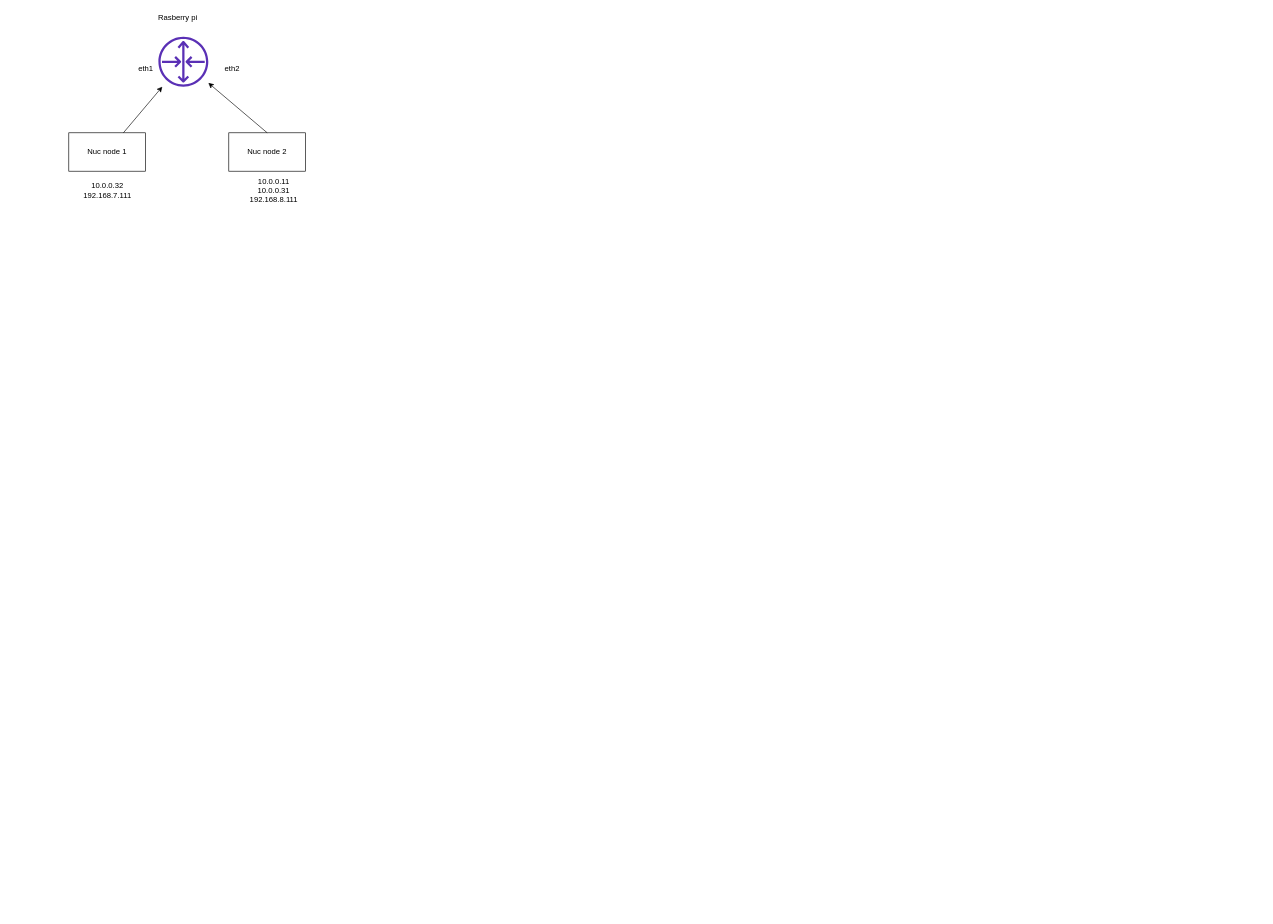
Jibinxavier/Openstack-Homelab keeps this draw.io diagram as docs/netwokr.drawio. Above is the earlier version. Source tidied: cells renumbered, new cells numbered last; positions are measured from the earlier drawing's top-left corner, leaving out a move shared by most shapes. Both pictures are drawn from the tidied source at 64%, with x=0, y=0 at pixel (68, 11).
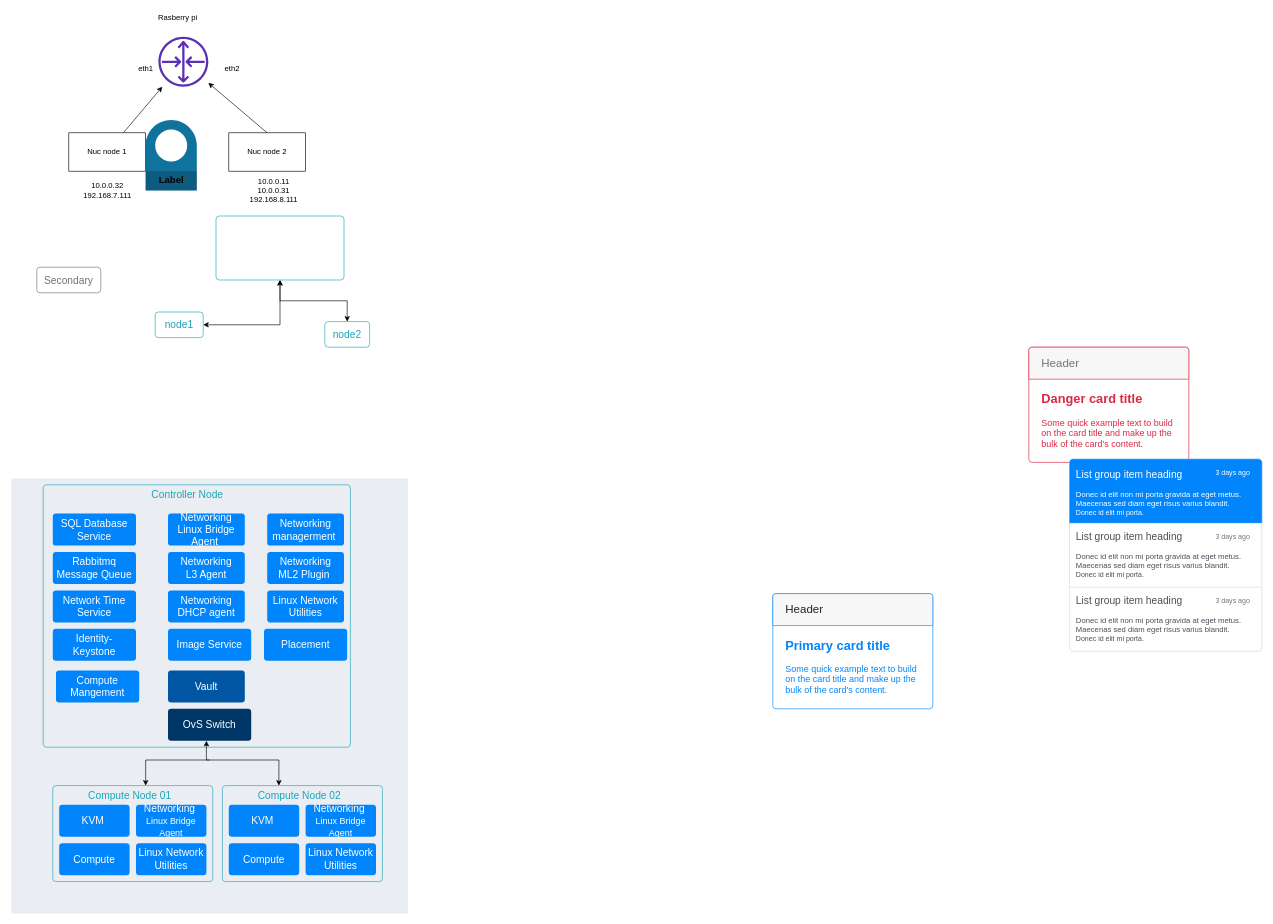
Above is the later version.

The edit, as a diff of the source:
```diff
@@
+    <mxCell id="12" style="fillColor=#EAEDF2;strokeColor=none;" parent="1" vertex="1">
+      <mxGeometry x="-90" y="730" width="620" height="680" as="geometry" />
+    </mxCell>
+    <mxCell id="13" style="html=1;shadow=0;dashed=0;shape=mxgraph.bootstrap.rrect;rSize=5;strokeColor=#1CA5B8;strokeWidth=1;fillColor=none;fontColor=#1CA5B8;whiteSpace=wrap;align=center;verticalAlign=middle;spacingLeft=0;fontStyle=0;fontSize=16;spacing=5;" parent="1" vertex="1">
+      <mxGeometry x="-40" y="740" width="480" height="410" as="geometry" />
+    </mxCell>
@@
+    <mxCell id="14" value="Label" style="verticalLabelPosition=middle;verticalAlign=bottom;html=1;shape=mxgraph.infographic.circularDial;dy=15;fillColor=#10739E;strokeColor=none;labelPosition=center;align=center;fontStyle=1;fontSize=15;spacingBottom=5;" parent="1" vertex="1">
+      <mxGeometry x="120" y="170" width="80" height="110" as="geometry" />
+    </mxCell>
+    <mxCell id="15" style="edgeStyle=orthogonalEdgeStyle;rounded=0;jettySize=auto;html=1;startArrow=classic;startFill=1;" parent="1" edge="1" source="16" target="30">
+      <mxGeometry relative="1" as="geometry" />
+    </mxCell>
+    <mxCell id="16" value="node1" style="html=1;shadow=0;dashed=0;shape=mxgraph.bootstrap.rrect;rSize=5;strokeColor=#1CA5B8;strokeWidth=1;fillColor=none;fontColor=#1CA5B8;whiteSpace=wrap;align=center;verticalAlign=middle;spacingLeft=0;fontStyle=0;fontSize=16;spacing=5;" parent="1" vertex="1">
+      <mxGeometry x="135" y="470" width="75" height="40" as="geometry" />
+    </mxCell>
+    <mxCell id="17" value="&lt;b&gt;&lt;font style=&quot;font-size: 20px&quot;&gt;Danger card title&lt;/font&gt;&lt;/b&gt;&lt;br style=&quot;font-size: 14px&quot;&gt;&lt;br style=&quot;font-size: 14px&quot;&gt;Some quick example text to build on the card title and make up the bulk of the card's content." style="html=1;shadow=0;dashed=0;shape=mxgraph.bootstrap.rrect;rSize=5;strokeColor=#DB2843;html=1;whiteSpace=wrap;fillColor=#ffffff;fontColor=#DB2843;verticalAlign=bottom;align=left;spacing=20;spacingBottom=0;fontSize=14;" parent="1" vertex="1">
+      <mxGeometry x="1500" y="525" width="250" height="180" as="geometry" />
+    </mxCell>
+    <mxCell id="18" value="Header" style="html=1;shadow=0;dashed=0;shape=mxgraph.bootstrap.topButton;rSize=5;perimeter=none;whiteSpace=wrap;fillColor=#F7F7F7;strokeColor=#DB2843;fontColor=#6C767D;fontSize=18;align=left;spacing=20;" parent="17" vertex="1">
+      <mxGeometry width="250" height="50" relative="1" as="geometry" />
+    </mxCell>
+    <mxCell id="19" value="&lt;b&gt;&lt;font style=&quot;font-size: 20px&quot;&gt;Primary card title&lt;/font&gt;&lt;/b&gt;&lt;br style=&quot;font-size: 14px&quot;&gt;&lt;br style=&quot;font-size: 14px&quot;&gt;Some quick example text to build on the card title and make up the bulk of the card's content." style="html=1;shadow=0;dashed=0;shape=mxgraph.bootstrap.rrect;rSize=5;strokeColor=#0085FC;html=1;whiteSpace=wrap;fillColor=#ffffff;fontColor=#0085FC;verticalAlign=bottom;align=left;spacing=20;spacingBottom=0;fontSize=14;" parent="1" vertex="1">
+      <mxGeometry x="1100" y="910" width="250" height="180" as="geometry" />
+    </mxCell>
+    <mxCell id="20" value="Header" style="html=1;shadow=0;dashed=0;shape=mxgraph.bootstrap.topButton;rSize=5;perimeter=none;whiteSpace=wrap;fillColor=#F7F7F7;strokeColor=#0085FC;fontColor=#212529;fontSize=18;align=left;spacing=20;" parent="19" vertex="1">
+      <mxGeometry width="250" height="50" relative="1" as="geometry" />
+    </mxCell>
+    <mxCell id="21" style="html=1;shadow=0;dashed=0;shape=mxgraph.bootstrap.rrect;rSize=5;strokeColor=#DFDFDF;html=1;whiteSpace=wrap;fillColor=#FFFFFF;fontColor=#495057;" parent="1" vertex="1">
+      <mxGeometry x="1564" y="700" width="300" height="300" as="geometry" />
+    </mxCell>
+    <mxCell id="22" value="&lt;font style=&quot;font-size: 16px&quot;&gt;List group item heading&lt;/font&gt;&lt;br&gt;&lt;br&gt;Donec id elit non mi porta gravida at eget metus. Maecenas sed diam eget risus varius blandit.&lt;br&gt;&lt;font style=&quot;font-size: 11px&quot;&gt;Donec id elit mi porta.&lt;/font&gt;" style="html=1;shadow=0;dashed=0;shape=mxgraph.bootstrap.topButton;rSize=5;perimeter=none;whiteSpace=wrap;align=left;spacing=10;verticalAlign=top;fillColor=#0085FC;strokeColor=#0085FC;fontColor=#ffffff;" parent="21" vertex="1">
+      <mxGeometry width="300" height="100" relative="1" as="geometry" />
+    </mxCell>
+    <mxCell id="23" value="3 days ago" style="strokeColor=none;fillColor=none;fontColor=#ffffff;fontSize=11;" parent="22" vertex="1">
+      <mxGeometry x="1" width="90" height="40" relative="1" as="geometry">
+        <mxPoint x="-90" as="offset" />
+      </mxGeometry>
+    </mxCell>
+    <mxCell id="24" value="&lt;font style=&quot;font-size: 16px&quot;&gt;List group item heading&lt;/font&gt;&lt;br&gt;&lt;br&gt;Donec id elit non mi porta gravida at eget metus. Maecenas sed diam eget risus varius blandit.&lt;br&gt;&lt;font style=&quot;font-size: 11px&quot;&gt;Donec id elit mi porta.&lt;/font&gt;" style="strokeColor=inherit;fillColor=inherit;gradientColor=inherit;fontColor=inherit;html=1;shadow=0;dashed=0;perimeter=none;whiteSpace=wrap;align=left;spacing=10;" parent="21" vertex="1">
+      <mxGeometry width="300" height="100" relative="1" as="geometry">
+        <mxPoint y="100" as="offset" />
+      </mxGeometry>
+    </mxCell>
+    <mxCell id="25" value="3 days ago" style="strokeColor=none;fillColor=none;fontColor=#6C767D;fontSize=11;" parent="24" vertex="1">
+      <mxGeometry x="1" width="90" height="40" relative="1" as="geometry">
+        <mxPoint x="-90" as="offset" />
+      </mxGeometry>
+    </mxCell>
+    <mxCell id="26" value="&lt;font style=&quot;font-size: 16px&quot;&gt;List group item heading&lt;/font&gt;&lt;br&gt;&lt;br&gt;Donec id elit non mi porta gravida at eget metus. Maecenas sed diam eget risus varius blandit.&lt;br&gt;&lt;font style=&quot;font-size: 11px&quot;&gt;Donec id elit mi porta.&lt;/font&gt;" style="strokeColor=inherit;fillColor=inherit;gradientColor=inherit;fontColor=inherit;html=1;shadow=0;dashed=0;shape=mxgraph.bootstrap.bottomButton;rSize=5;perimeter=none;whiteSpace=wrap;align=left;spacing=10;" parent="21" vertex="1">
+      <mxGeometry y="1" width="300" height="100" relative="1" as="geometry">
+        <mxPoint y="-100" as="offset" />
+      </mxGeometry>
+    </mxCell>
+    <mxCell id="27" value="3 days ago" style="strokeColor=none;fillColor=none;fontColor=#6C767D;fontSize=11;" parent="26" vertex="1">
+      <mxGeometry x="1" width="90" height="40" relative="1" as="geometry">
+        <mxPoint x="-90" as="offset" />
+      </mxGeometry>
+    </mxCell>
+    <mxCell id="28" style="edgeStyle=orthogonalEdgeStyle;rounded=0;jettySize=auto;html=1;startArrow=classic;startFill=1;" parent="1" edge="1" source="29" target="30">
+      <mxGeometry relative="1" as="geometry" />
+    </mxCell>
+    <mxCell id="29" value="node2" style="html=1;shadow=0;dashed=0;shape=mxgraph.bootstrap.rrect;rSize=5;strokeColor=#1CA5B8;strokeWidth=1;fillColor=none;fontColor=#1CA5B8;whiteSpace=wrap;align=center;verticalAlign=middle;spacingLeft=0;fontStyle=0;fontSize=16;spacing=5;" parent="1" vertex="1">
+      <mxGeometry x="400" y="485" width="70" height="40" as="geometry" />
+    </mxCell>
+    <mxCell id="30" style="html=1;shadow=0;dashed=0;shape=mxgraph.bootstrap.rrect;rSize=5;strokeColor=#1CA5B8;strokeWidth=1;fillColor=none;fontColor=#1CA5B8;whiteSpace=wrap;align=center;verticalAlign=middle;spacingLeft=0;fontStyle=0;fontSize=16;spacing=5;" parent="1" vertex="1">
+      <mxGeometry x="230" y="320" width="200" height="100" as="geometry" />
+    </mxCell>
+    <mxCell id="31" value="Secondary" style="html=1;shadow=0;dashed=0;shape=mxgraph.bootstrap.rrect;rSize=5;strokeColor=#6C767D;strokeWidth=1;fillColor=none;fontColor=#6C767D;whiteSpace=wrap;align=center;verticalAlign=middle;spacingLeft=0;fontStyle=0;fontSize=16;spacing=5;" parent="1" vertex="1">
+      <mxGeometry x="-50" y="400" width="100" height="40" as="geometry" />
+    </mxCell>
+    <mxCell id="32" value="Networking&lt;br&gt;managerment&amp;nbsp;" style="html=1;shadow=0;dashed=0;shape=mxgraph.bootstrap.rrect;rSize=5;strokeColor=none;strokeWidth=1;fillColor=#0085FC;fontColor=#FFFFFF;whiteSpace=wrap;align=center;verticalAlign=middle;spacingLeft=0;fontStyle=0;fontSize=16;spacing=5;" parent="1" vertex="1">
+      <mxGeometry x="310" y="785" width="120" height="50" as="geometry" />
+    </mxCell>
+    <mxCell id="33" value="SQL Database Service" style="html=1;shadow=0;dashed=0;shape=mxgraph.bootstrap.rrect;rSize=5;strokeColor=none;strokeWidth=1;fillColor=#0085FC;fontColor=#FFFFFF;whiteSpace=wrap;align=center;verticalAlign=middle;spacingLeft=0;fontStyle=0;fontSize=16;spacing=5;" parent="1" vertex="1">
+      <mxGeometry x="-25" y="785" width="130" height="50" as="geometry" />
+    </mxCell>
+    <mxCell id="34" value="Rabbitmq Message Queue" style="html=1;shadow=0;dashed=0;shape=mxgraph.bootstrap.rrect;rSize=5;strokeColor=none;strokeWidth=1;fillColor=#0085FC;fontColor=#FFFFFF;whiteSpace=wrap;align=center;verticalAlign=middle;spacingLeft=0;fontStyle=0;fontSize=16;spacing=5;" parent="1" vertex="1">
+      <mxGeometry x="-25" y="845" width="130" height="50" as="geometry" />
+    </mxCell>
+    <mxCell id="35" value="Network Time Service" style="html=1;shadow=0;dashed=0;shape=mxgraph.bootstrap.rrect;rSize=5;strokeColor=none;strokeWidth=1;fillColor=#0085FC;fontColor=#FFFFFF;whiteSpace=wrap;align=center;verticalAlign=middle;spacingLeft=0;fontStyle=0;fontSize=16;spacing=5;" parent="1" vertex="1">
+      <mxGeometry x="-25" y="905" width="130" height="50" as="geometry" />
+    </mxCell>
+    <mxCell id="36" value="Identity-Keystone" style="html=1;shadow=0;dashed=0;shape=mxgraph.bootstrap.rrect;rSize=5;strokeColor=none;strokeWidth=1;fillColor=#0085FC;fontColor=#FFFFFF;whiteSpace=wrap;align=center;verticalAlign=middle;spacingLeft=0;fontStyle=0;fontSize=16;spacing=5;" parent="1" vertex="1">
+      <mxGeometry x="-25" y="965" width="130" height="50" as="geometry" />
+    </mxCell>
+    <mxCell id="37" value="Image Service" style="html=1;shadow=0;dashed=0;shape=mxgraph.bootstrap.rrect;rSize=5;strokeColor=none;strokeWidth=1;fillColor=#0085FC;fontColor=#FFFFFF;whiteSpace=wrap;align=center;verticalAlign=middle;spacingLeft=0;fontStyle=0;fontSize=16;spacing=5;" parent="1" vertex="1">
+      <mxGeometry x="155" y="965" width="130" height="50" as="geometry" />
+    </mxCell>
+    <mxCell id="38" value="Placement" style="html=1;shadow=0;dashed=0;shape=mxgraph.bootstrap.rrect;rSize=5;strokeColor=none;strokeWidth=1;fillColor=#0085FC;fontColor=#FFFFFF;whiteSpace=wrap;align=center;verticalAlign=middle;spacingLeft=0;fontStyle=0;fontSize=16;spacing=5;" parent="1" vertex="1">
+      <mxGeometry x="305" y="965" width="130" height="50" as="geometry" />
+    </mxCell>
+    <mxCell id="39" value="Compute Mangement" style="html=1;shadow=0;dashed=0;shape=mxgraph.bootstrap.rrect;rSize=5;strokeColor=none;strokeWidth=1;fillColor=#0085FC;fontColor=#FFFFFF;whiteSpace=wrap;align=center;verticalAlign=middle;spacingLeft=0;fontStyle=0;fontSize=16;spacing=5;" parent="1" vertex="1">
+      <mxGeometry x="-20" y="1030" width="130" height="50" as="geometry" />
+    </mxCell>
+    <mxCell id="40" value="Networking&lt;br&gt;ML2 Plugin&amp;nbsp;" style="html=1;shadow=0;dashed=0;shape=mxgraph.bootstrap.rrect;rSize=5;strokeColor=none;strokeWidth=1;fillColor=#0085FC;fontColor=#FFFFFF;whiteSpace=wrap;align=center;verticalAlign=middle;spacingLeft=0;fontStyle=0;fontSize=16;spacing=5;" parent="1" vertex="1">
+      <mxGeometry x="310" y="845" width="120" height="50" as="geometry" />
+    </mxCell>
+    <mxCell id="41" value="Linux Network Utilities" style="html=1;shadow=0;dashed=0;shape=mxgraph.bootstrap.rrect;rSize=5;strokeColor=none;strokeWidth=1;fillColor=#0085FC;fontColor=#FFFFFF;whiteSpace=wrap;align=center;verticalAlign=middle;spacingLeft=0;fontStyle=0;fontSize=16;spacing=5;" parent="1" vertex="1">
+      <mxGeometry x="310" y="905" width="120" height="50" as="geometry" />
+    </mxCell>
+    <mxCell id="42" value="Networking&lt;br&gt;Linux Bridge Agent&amp;nbsp;" style="html=1;shadow=0;dashed=0;shape=mxgraph.bootstrap.rrect;rSize=5;strokeColor=none;strokeWidth=1;fillColor=#0085FC;fontColor=#FFFFFF;whiteSpace=wrap;align=center;verticalAlign=middle;spacingLeft=0;fontStyle=0;fontSize=16;spacing=5;" parent="1" vertex="1">
+      <mxGeometry x="155" y="785" width="120" height="50" as="geometry" />
+    </mxCell>
+    <mxCell id="43" value="Networking&lt;br&gt;L3 Agent" style="html=1;shadow=0;dashed=0;shape=mxgraph.bootstrap.rrect;rSize=5;strokeColor=none;strokeWidth=1;fillColor=#0085FC;fontColor=#FFFFFF;whiteSpace=wrap;align=center;verticalAlign=middle;spacingLeft=0;fontStyle=0;fontSize=16;spacing=5;" parent="1" vertex="1">
+      <mxGeometry x="155" y="845" width="120" height="50" as="geometry" />
+    </mxCell>
+    <mxCell id="44" value="Networking DHCP agent" style="html=1;shadow=0;dashed=0;shape=mxgraph.bootstrap.rrect;rSize=5;strokeColor=none;strokeWidth=1;fillColor=#0085FC;fontColor=#FFFFFF;whiteSpace=wrap;align=center;verticalAlign=middle;spacingLeft=0;fontStyle=0;fontSize=16;spacing=5;" parent="1" vertex="1">
+      <mxGeometry x="155" y="905" width="120" height="50" as="geometry" />
+    </mxCell>
+    <mxCell id="45" value="Vault" style="html=1;shadow=0;dashed=0;shape=mxgraph.bootstrap.rrect;rSize=5;strokeColor=none;strokeWidth=1;fontColor=#FFFFFF;whiteSpace=wrap;align=center;verticalAlign=middle;spacingLeft=0;fontStyle=0;fontSize=16;spacing=5;fillColor=#0056A3;" parent="1" vertex="1">
+      <mxGeometry x="155" y="1030" width="120" height="50" as="geometry" />
+    </mxCell>
+    <mxCell id="46" value="&lt;span style=&quot;color: rgb(28 , 165 , 184) ; font-size: 16px&quot;&gt;Controller Node&lt;/span&gt;" style="text;html=1;align=center;verticalAlign=middle;strokeColor=none;" parent="1" vertex="1">
+      <mxGeometry x="120" y="745" width="130" height="20" as="geometry" />
+    </mxCell>
+    <mxCell id="47" value="OvS Switch" style="html=1;shadow=0;dashed=0;shape=mxgraph.bootstrap.rrect;rSize=5;strokeColor=none;strokeWidth=1;fontColor=#FFFFFF;whiteSpace=wrap;align=center;verticalAlign=middle;spacingLeft=0;fontStyle=0;fontSize=16;spacing=5;fillColor=#003666;" parent="1" vertex="1">
+      <mxGeometry x="155" y="1090" width="130" height="50" as="geometry" />
+    </mxCell>
+    <mxCell id="48" style="html=1;shadow=0;dashed=0;shape=mxgraph.bootstrap.rrect;rSize=5;strokeColor=#1CA5B8;strokeWidth=1;fillColor=none;fontColor=#1CA5B8;whiteSpace=wrap;align=center;verticalAlign=middle;spacingLeft=0;fontStyle=0;fontSize=16;spacing=5;" parent="1" vertex="1">
+      <mxGeometry x="240" y="1210" width="250" height="150" as="geometry" />
+    </mxCell>
+    <mxCell id="49" value="&lt;span style=&quot;color: rgb(28 , 165 , 184) ; font-size: 16px&quot;&gt;Compute Node 02&lt;/span&gt;" style="text;html=1;align=center;verticalAlign=middle;strokeColor=none;" parent="1" vertex="1">
+      <mxGeometry x="285" y="1215" width="150" height="20" as="geometry" />
+    </mxCell>
+    <mxCell id="50" value="KVM&amp;nbsp;" style="html=1;shadow=0;dashed=0;shape=mxgraph.bootstrap.rrect;rSize=5;strokeColor=none;strokeWidth=1;fillColor=#0085FC;fontColor=#FFFFFF;whiteSpace=wrap;align=center;verticalAlign=middle;spacingLeft=0;fontStyle=0;fontSize=16;spacing=5;" parent="1" vertex="1">
+      <mxGeometry x="250" y="1240" width="110" height="50" as="geometry" />
+    </mxCell>
+    <mxCell id="51" value="Compute" style="html=1;shadow=0;dashed=0;shape=mxgraph.bootstrap.rrect;rSize=5;strokeColor=none;strokeWidth=1;fillColor=#0085FC;fontColor=#FFFFFF;whiteSpace=wrap;align=center;verticalAlign=middle;spacingLeft=0;fontStyle=0;fontSize=16;spacing=5;" parent="1" vertex="1">
+      <mxGeometry x="250" y="1300" width="110" height="50" as="geometry" />
+    </mxCell>
+    <mxCell id="52" value="Linux Network Utilities" style="html=1;shadow=0;dashed=0;shape=mxgraph.bootstrap.rrect;rSize=5;strokeColor=none;strokeWidth=1;fillColor=#0085FC;fontColor=#FFFFFF;whiteSpace=wrap;align=center;verticalAlign=middle;spacingLeft=0;fontStyle=0;fontSize=16;spacing=5;" parent="1" vertex="1">
+      <mxGeometry x="370" y="1300" width="110" height="50" as="geometry" />
+    </mxCell>
+    <mxCell id="53" value="Networking&amp;nbsp;&lt;br&gt;&lt;font style=&quot;font-size: 14px&quot;&gt;Linux Bridge Agent&lt;/font&gt;" style="html=1;shadow=0;dashed=0;shape=mxgraph.bootstrap.rrect;rSize=5;strokeColor=none;strokeWidth=1;fillColor=#0085FC;fontColor=#FFFFFF;whiteSpace=wrap;align=center;verticalAlign=middle;spacingLeft=0;fontStyle=0;fontSize=16;spacing=5;" parent="1" vertex="1">
+      <mxGeometry x="370" y="1240" width="110" height="50" as="geometry" />
+    </mxCell>
+    <mxCell id="54" style="edgeStyle=orthogonalEdgeStyle;rounded=0;jettySize=auto;html=1;startArrow=classic;startFill=1;exitX=0.353;exitY=0;exitDx=0;exitDy=0;exitPerimeter=0;" parent="1" edge="1" source="48" target="47">
+      <mxGeometry relative="1" as="geometry">
+        <Array as="points">
+          <mxPoint x="328" y="1170" />
+          <mxPoint x="215" y="1170" />
+        </Array>
+      </mxGeometry>
+    </mxCell>
+    <mxCell id="55" style="edgeStyle=orthogonalEdgeStyle;rounded=0;orthogonalLoop=1;jettySize=auto;html=1;startArrow=classic;startFill=1;exitX=0.471;exitY=0;exitDx=0;exitDy=0;exitPerimeter=0;endArrow=none;endFill=0;" parent="1" edge="1">
+      <mxGeometry relative="1" as="geometry">
+        <mxPoint x="120.1" y="1210" as="sourcePoint" />
+        <mxPoint x="220" y="1170" as="targetPoint" />
+        <Array as="points">
+          <mxPoint x="120" y="1170" />
+          <mxPoint x="220" y="1170" />
+        </Array>
+      </mxGeometry>
+    </mxCell>
+    <mxCell id="56" style="html=1;shadow=0;dashed=0;shape=mxgraph.bootstrap.rrect;rSize=5;strokeColor=#1CA5B8;strokeWidth=1;fillColor=none;fontColor=#1CA5B8;whiteSpace=wrap;align=center;verticalAlign=middle;spacingLeft=0;fontStyle=0;fontSize=16;spacing=5;" parent="1" vertex="1">
+      <mxGeometry x="-25" y="1210" width="250" height="150" as="geometry" />
+    </mxCell>
+    <mxCell id="57" value="&lt;span style=&quot;color: rgb(28 , 165 , 184) ; font-size: 16px&quot;&gt;Compute Node 01&lt;/span&gt;" style="text;html=1;align=center;verticalAlign=middle;strokeColor=none;" parent="1" vertex="1">
+      <mxGeometry x="20" y="1215" width="150" height="20" as="geometry" />
+    </mxCell>
+    <mxCell id="58" value="KVM&amp;nbsp;" style="html=1;shadow=0;dashed=0;shape=mxgraph.bootstrap.rrect;rSize=5;strokeColor=none;strokeWidth=1;fillColor=#0085FC;fontColor=#FFFFFF;whiteSpace=wrap;align=center;verticalAlign=middle;spacingLeft=0;fontStyle=0;fontSize=16;spacing=5;" parent="1" vertex="1">
+      <mxGeometry x="-15" y="1240" width="110" height="50" as="geometry" />
+    </mxCell>
+    <mxCell id="59" value="Compute" style="html=1;shadow=0;dashed=0;shape=mxgraph.bootstrap.rrect;rSize=5;strokeColor=none;strokeWidth=1;fillColor=#0085FC;fontColor=#FFFFFF;whiteSpace=wrap;align=center;verticalAlign=middle;spacingLeft=0;fontStyle=0;fontSize=16;spacing=5;" parent="1" vertex="1">
+      <mxGeometry x="-15" y="1300" width="110" height="50" as="geometry" />
+    </mxCell>
+    <mxCell id="60" value="Linux Network Utilities" style="html=1;shadow=0;dashed=0;shape=mxgraph.bootstrap.rrect;rSize=5;strokeColor=none;strokeWidth=1;fillColor=#0085FC;fontColor=#FFFFFF;whiteSpace=wrap;align=center;verticalAlign=middle;spacingLeft=0;fontStyle=0;fontSize=16;spacing=5;" parent="1" vertex="1">
+      <mxGeometry x="105" y="1300" width="110" height="50" as="geometry" />
+    </mxCell>
+    <mxCell id="61" value="Networking&amp;nbsp;&lt;br&gt;&lt;font style=&quot;font-size: 14px&quot;&gt;Linux Bridge Agent&lt;/font&gt;" style="html=1;shadow=0;dashed=0;shape=mxgraph.bootstrap.rrect;rSize=5;strokeColor=none;strokeWidth=1;fillColor=#0085FC;fontColor=#FFFFFF;whiteSpace=wrap;align=center;verticalAlign=middle;spacingLeft=0;fontStyle=0;fontSize=16;spacing=5;" parent="1" vertex="1">
+      <mxGeometry x="105" y="1240" width="110" height="50" as="geometry" />
+    </mxCell>
```
